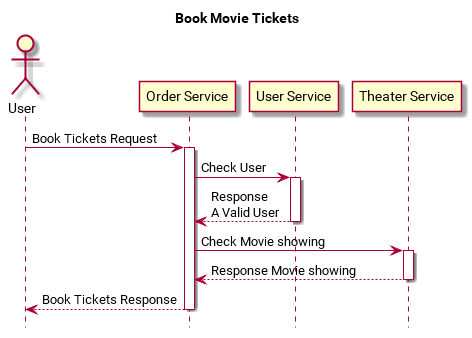
b4456609/movie-example keeps this PlantUML diagram as out/diagram/bookMovieTickets/Book Movie Tickets.png. Above is the earlier version.
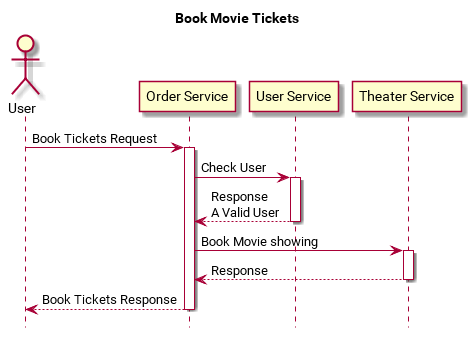
Above is the later version.

Commit message:
fix book operation

The edit, as a diff of the source:
```diff
@@ -15,9 +15,9 @@
 US --> OS: Response\nA Valid User
 deactivate US
 
-OS -> TS: Check Movie showing
+OS -> TS: Book Movie showing
 activate TS
-TS --> OS: Response Movie showing
+TS --> OS: Response
 deactivate TS
 
 OS --> User: Book Tickets Response
```
